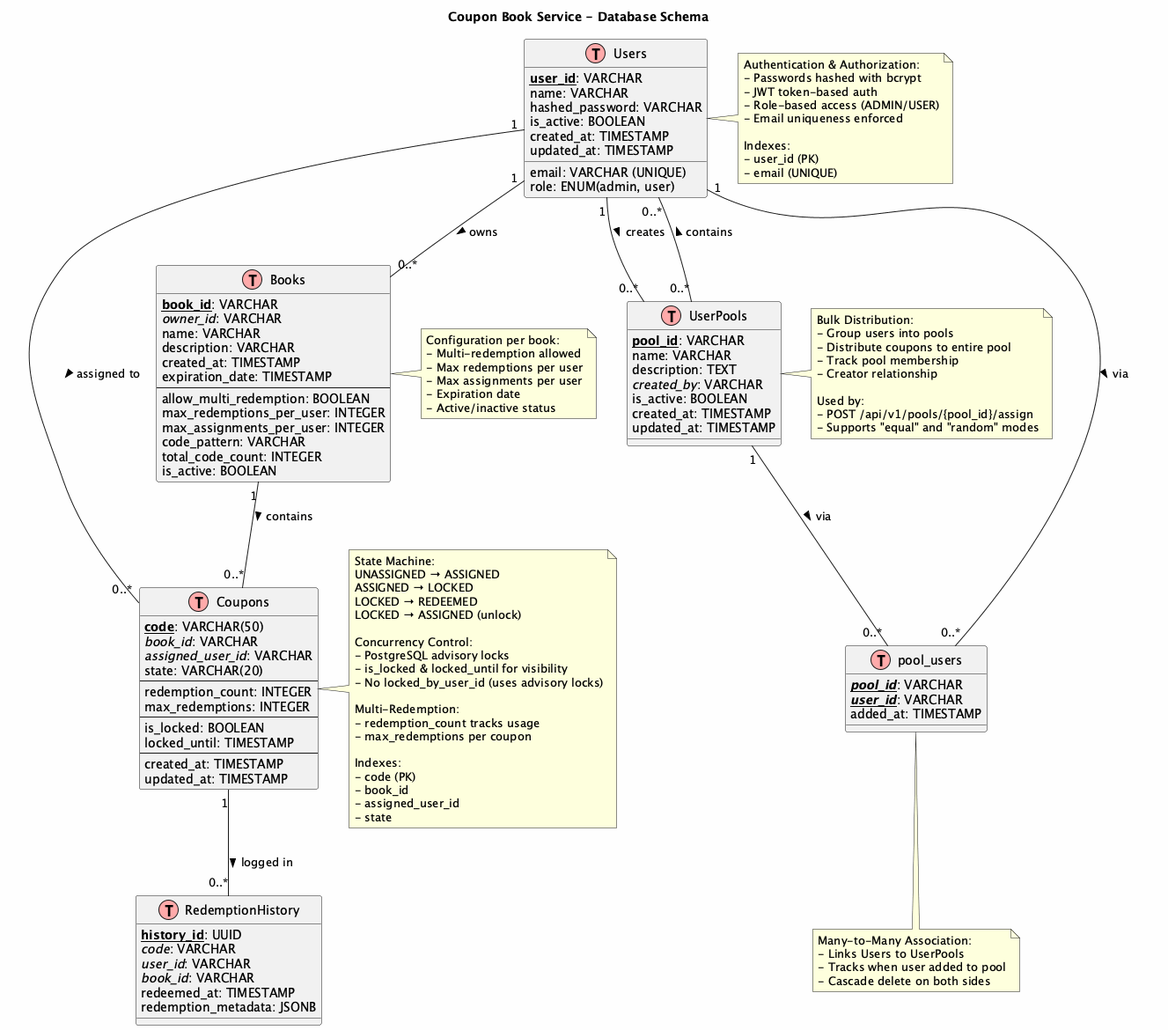
This is docs/diagrams/exported/png/Database-Schema.png from pepenotti/qurable-tech-challenge, a PlantUML export, as it was before one commit. The source it was exported from:
```plantuml
@startuml Database Schema
!define TABLE(x) class x << (T,#FFAAAA) >>
!define PK(x) <b><u>x</u></b>
!define FK(x) <i>x</i>

skinparam backgroundColor #FEFEFE
skinparam classAttributeIconSize 0

title Coupon Book Service - Database Schema

TABLE(Users) {
    PK(user_id): VARCHAR
    name: VARCHAR
    email: VARCHAR (UNIQUE)
    hashed_password: VARCHAR
    role: ENUM(admin, user)
    is_active: BOOLEAN
    created_at: TIMESTAMP
    updated_at: TIMESTAMP
}

TABLE(Books) {
    PK(book_id): VARCHAR
    FK(owner_id): VARCHAR
    name: VARCHAR
    description: VARCHAR
    created_at: TIMESTAMP
    expiration_date: TIMESTAMP
    --
    allow_multi_redemption: BOOLEAN
    max_redemptions_per_user: INTEGER
    max_assignments_per_user: INTEGER
    code_pattern: VARCHAR
    total_code_count: INTEGER
    is_active: BOOLEAN
}

TABLE(Coupons) {
    PK(code): VARCHAR(50)
    FK(book_id): VARCHAR
    FK(assigned_user_id): VARCHAR
    state: VARCHAR(20)
    --
    redemption_count: INTEGER
    max_redemptions: INTEGER
    --
    is_locked: BOOLEAN
    locked_until: TIMESTAMP
    --
    created_at: TIMESTAMP
    updated_at: TIMESTAMP
}

TABLE(RedemptionHistory) {
    PK(history_id): UUID
    FK(code): VARCHAR
    FK(user_id): VARCHAR
    FK(book_id): VARCHAR
    redeemed_at: TIMESTAMP
    redemption_metadata: JSONB
}

TABLE(UserPools) {
    PK(pool_id): VARCHAR
    name: VARCHAR
    description: TEXT
    FK(created_by): VARCHAR
    is_active: BOOLEAN
    created_at: TIMESTAMP
    updated_at: TIMESTAMP
}

TABLE(pool_users) {
    PK(FK(pool_id)): VARCHAR
    PK(FK(user_id)): VARCHAR
    added_at: TIMESTAMP
}

Users "1" -- "0..*" Books : owns >
Books "1" -- "0..*" Coupons : contains >
Users "1" -- "0..*" Coupons : assigned to >
Coupons "1" -- "0..*" RedemptionHistory : logged in >
Users "1" -- "0..*" UserPools : creates >
UserPools "0..*" -- "0..*" Users : contains >
UserPools "1" -- "0..*" pool_users : via >
Users "1" -- "0..*" pool_users : via >

note right of Users
  Authentication & Authorization:
  - Passwords hashed with bcrypt
  - JWT token-based auth
  - Role-based access (ADMIN/USER)
  - Email uniqueness enforced

  Indexes:
  - user_id (PK)
  - email (UNIQUE)
end note

note right of Coupons
  State Machine:
  UNASSIGNED → ASSIGNED
  ASSIGNED → LOCKED
  LOCKED → REDEEMED
  LOCKED → ASSIGNED (unlock)

  Concurrency Control:
  - PostgreSQL advisory locks
  - is_locked & locked_until for visibility
  - No locked_by_user_id (uses advisory locks)

  Multi-Redemption:
  - redemption_count tracks usage
  - max_redemptions per coupon

  Indexes:
  - code (PK)
  - book_id
  - assigned_user_id
  - state
end note

note right of Books
  Configuration per book:
  - Multi-redemption allowed
  - Max redemptions per user
  - Max assignments per user
  - Expiration date
  - Active/inactive status
end note

note right of UserPools
  Bulk Distribution:
  - Group users into pools
  - Distribute coupons to entire pool
  - Track pool membership
  - Creator relationship

  Used by:
  - POST /api/v1/pools/{pool_id}/assign
  - Supports "equal" and "random" modes
end note

note bottom of pool_users
  Many-to-Many Association:
  - Links Users to UserPools
  - Tracks when user added to pool
  - Cascade delete on both sides
end note

@enduml
```
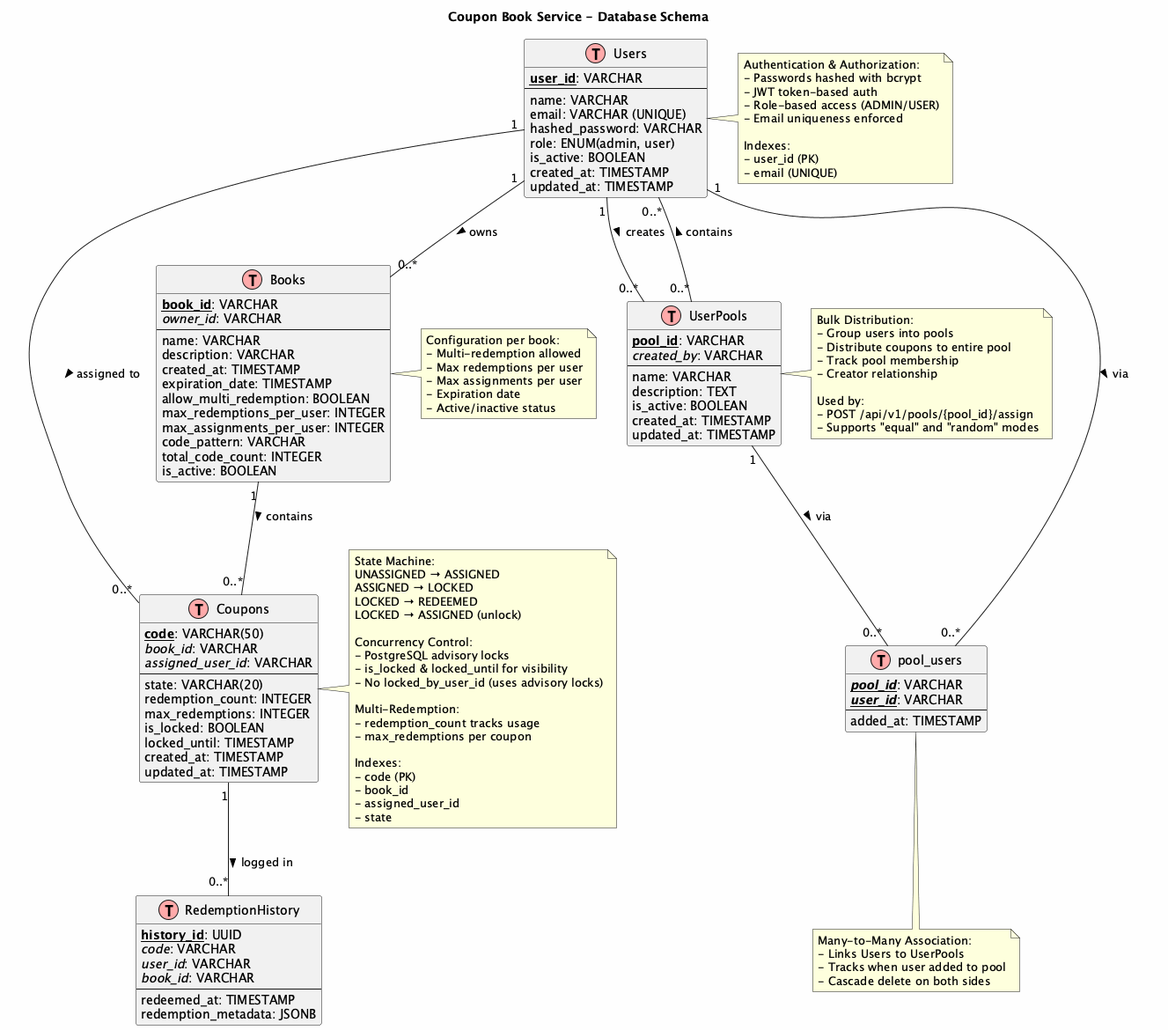
After the change.

Diff of the diagram source:
```diff
@@ -10,6 +10,7 @@
 
 TABLE(Users) {
     PK(user_id): VARCHAR
+    --
     name: VARCHAR
     email: VARCHAR (UNIQUE)
     hashed_password: VARCHAR
@@ -22,11 +23,11 @@
 TABLE(Books) {
     PK(book_id): VARCHAR
     FK(owner_id): VARCHAR
+    --
     name: VARCHAR
     description: VARCHAR
     created_at: TIMESTAMP
     expiration_date: TIMESTAMP
-    --
     allow_multi_redemption: BOOLEAN
     max_redemptions_per_user: INTEGER
     max_assignments_per_user: INTEGER
@@ -39,14 +40,12 @@
     PK(code): VARCHAR(50)
     FK(book_id): VARCHAR
     FK(assigned_user_id): VARCHAR
+    --
     state: VARCHAR(20)
-    --
     redemption_count: INTEGER
     max_redemptions: INTEGER
-    --
     is_locked: BOOLEAN
     locked_until: TIMESTAMP
-    --
     created_at: TIMESTAMP
     updated_at: TIMESTAMP
 }
@@ -56,15 +55,17 @@
     FK(code): VARCHAR
     FK(user_id): VARCHAR
     FK(book_id): VARCHAR
+    --
     redeemed_at: TIMESTAMP
     redemption_metadata: JSONB
 }
 
 TABLE(UserPools) {
     PK(pool_id): VARCHAR
+    FK(created_by): VARCHAR
+    --
     name: VARCHAR
     description: TEXT
-    FK(created_by): VARCHAR
     is_active: BOOLEAN
     created_at: TIMESTAMP
     updated_at: TIMESTAMP
@@ -73,6 +74,7 @@
 TABLE(pool_users) {
     PK(FK(pool_id)): VARCHAR
     PK(FK(user_id)): VARCHAR
+    --
     added_at: TIMESTAMP
 }
 
```
